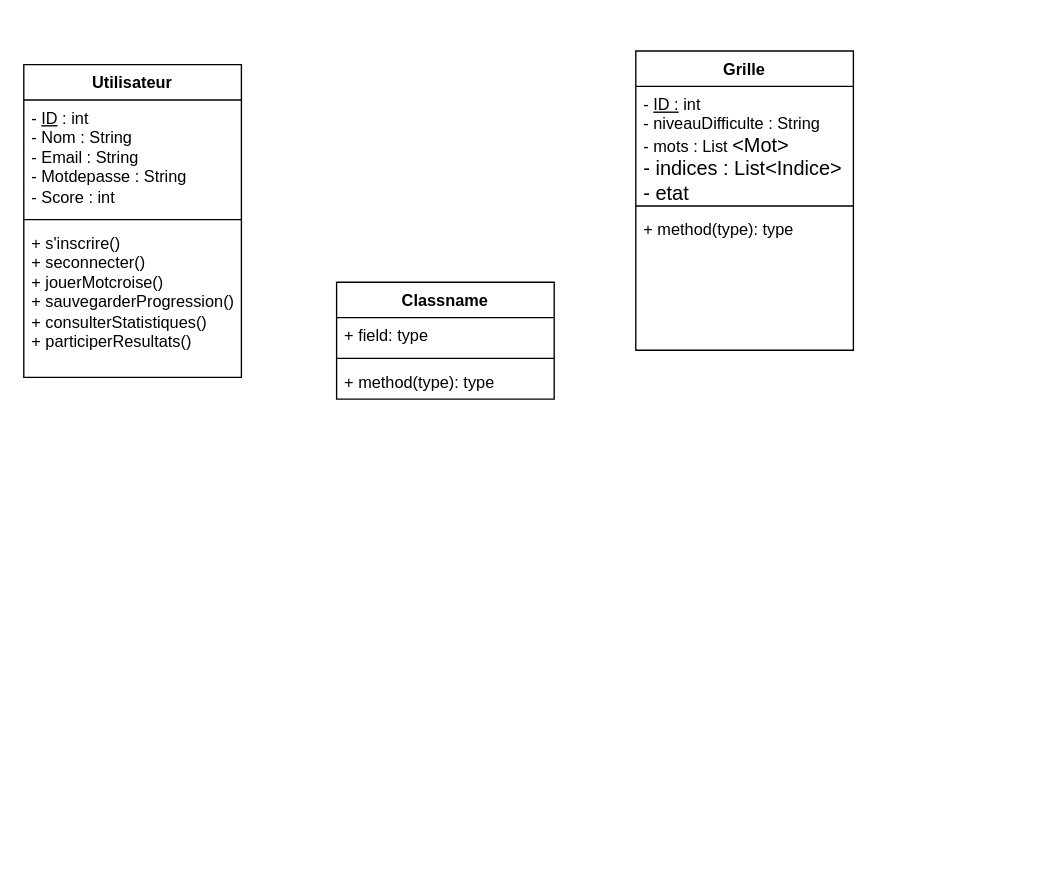
Earlier version of the draw.io diagram Diagramme de classe.drawio (Kimii01/Mot-crois-e-apk). Source tidied: cells renumbered, new cells numbered last; positions are measured from the earlier drawing's top-left corner, leaving out a move shared by most shapes. Both pictures are drawn from the tidied source at 136%, with x=0, y=0 at pixel (23, 50).
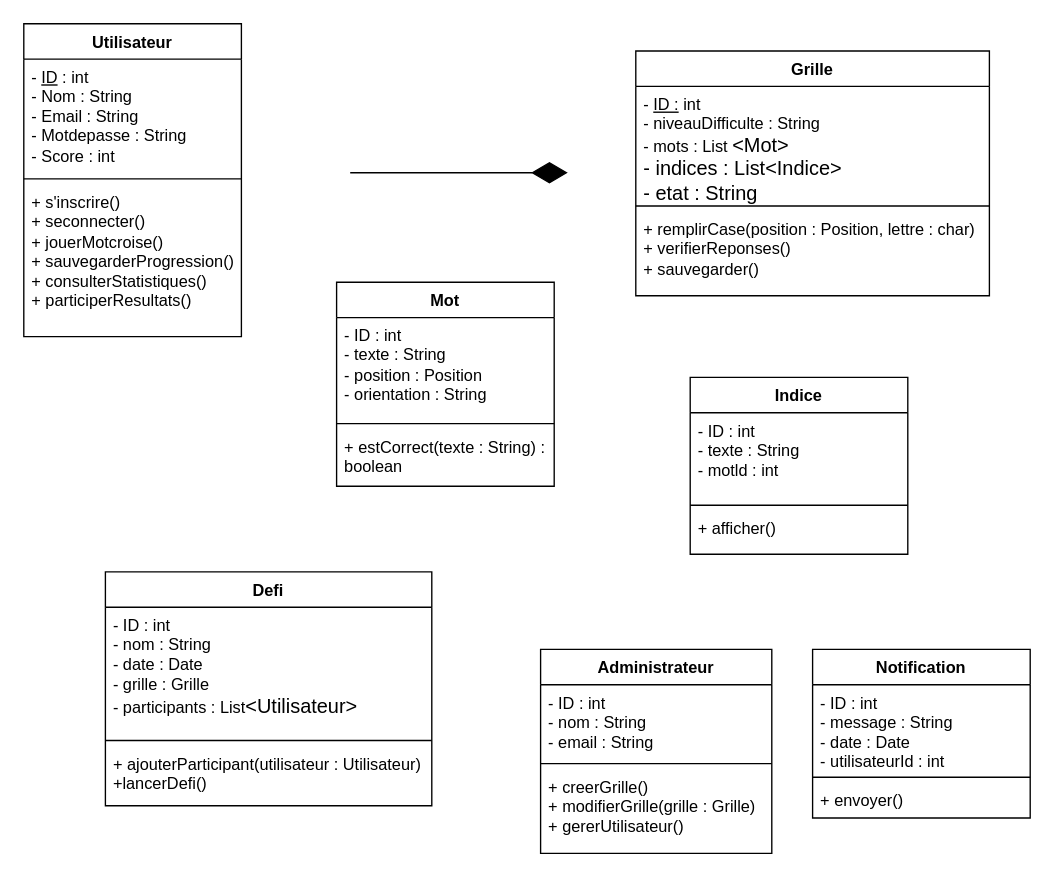
Above is the later version.

Commit message (it also covers changes not shown here):
Mettre à jour Diagramme de classe.drawio

The edit, as a diff of the source:
```diff
@@
     <mxCell id="2" value="Utilisateur" style="swimlane;fontStyle=1;align=center;verticalAlign=top;horizontal=1;startSize=26;whiteSpace=wrap;html=1;" parent="1" vertex="1">
-      <mxGeometry y="10" width="160" height="230" as="geometry" />
+      <mxGeometry y="-20" width="160" height="230" as="geometry" />
     </mxCell>
@@
-    <mxCell id="6" value="Classname" style="swimlane;fontStyle=1;align=center;verticalAlign=top;horizontal=1;startSize=26;whiteSpace=wrap;html=1;" parent="1" vertex="1">
-      <mxGeometry x="230" y="170" width="160" height="86" as="geometry" />
+    <mxCell id="6" value="Mot" style="swimlane;fontStyle=1;align=center;verticalAlign=top;horizontal=1;startSize=26;whiteSpace=wrap;html=1;" parent="1" vertex="1">
+      <mxGeometry x="230" y="170" width="160" height="150" as="geometry" />
     </mxCell>
-    <mxCell id="7" value="+ field: type" style="text;strokeColor=none;fillColor=none;align=left;verticalAlign=top;spacingLeft=4;spacingRight=4;overflow=hidden;whiteSpace=wrap;html=1;" parent="6" vertex="1">
-      <mxGeometry y="26" width="160" height="26" as="geometry" />
+    <mxCell id="7" value="- ID : int&lt;div&gt;- texte : String&lt;/div&gt;&lt;div&gt;- position : Position&lt;/div&gt;&lt;div&gt;- orientation : String&lt;/div&gt;" style="text;strokeColor=none;fillColor=none;align=left;verticalAlign=top;spacingLeft=4;spacingRight=4;overflow=hidden;whiteSpace=wrap;html=1;" parent="6" vertex="1">
+      <mxGeometry y="26" width="160" height="74" as="geometry" />
     </mxCell>
     <mxCell id="8" style="line;strokeWidth=1;fillColor=none;align=left;verticalAlign=middle;spacingTop=-1;spacingLeft=3;spacingRight=3;labelPosition=right;strokeColor=inherit;" parent="6" vertex="1">
-      <mxGeometry y="52" width="160" height="8" as="geometry" />
+      <mxGeometry y="100" width="160" height="8" as="geometry" />
     </mxCell>
-    <mxCell id="9" value="+ method(type): type" style="text;strokeColor=none;fillColor=none;align=left;verticalAlign=top;spacingLeft=4;spacingRight=4;overflow=hidden;whiteSpace=wrap;html=1;" parent="6" vertex="1">
-      <mxGeometry y="60" width="160" height="26" as="geometry" />
+    <mxCell id="9" value="+ estCorrect(texte : String) : boolean" style="text;strokeColor=none;fillColor=none;align=left;verticalAlign=top;spacingLeft=4;spacingRight=4;overflow=hidden;whiteSpace=wrap;html=1;" parent="6" vertex="1">
+      <mxGeometry y="108" width="160" height="42" as="geometry" />
     </mxCell>
     <mxCell id="10" value="Grille" style="swimlane;fontStyle=1;align=center;verticalAlign=top;horizontal=1;startSize=26;whiteSpace=wrap;html=1;" parent="1" vertex="1">
-      <mxGeometry x="450" width="160" height="220" as="geometry" />
+      <mxGeometry x="450" width="260" height="180" as="geometry" />
     </mxCell>
-    <mxCell id="11" value="- &lt;u&gt;ID :&lt;/u&gt;&amp;nbsp;int&lt;div&gt;- niveauDifficulte : String&lt;/div&gt;&lt;div&gt;- mots : List&amp;nbsp;&lt;span style=&quot;font-family: Calibri, sans-serif; font-size: 11pt; background-color: transparent; color: light-dark(rgb(0, 0, 0), rgb(255, 255, 255));&quot;&gt;&amp;lt;Mot&lt;/span&gt;&lt;span style=&quot;font-family: Calibri, sans-serif; font-size: 11pt; background-color: transparent; color: light-dark(rgb(0, 0, 0), rgb(255, 255, 255));&quot;&gt;&amp;gt;&lt;/span&gt;&lt;/div&gt;&lt;div&gt;&lt;span style=&quot;font-family: Calibri, sans-serif; font-size: 11pt; background-color: transparent; color: light-dark(rgb(0, 0, 0), rgb(255, 255, 255));&quot;&gt;- indices : List&lt;/span&gt;&lt;span style=&quot;font-family: Calibri, sans-serif; font-size: 11pt; background-color: transparent; color: light-dark(rgb(0, 0, 0), rgb(255, 255, 255));&quot;&gt;&amp;lt;Indice&lt;/span&gt;&lt;span style=&quot;font-family: Calibri, sans-serif; font-size: 11pt; background-color: transparent; color: light-dark(rgb(0, 0, 0), rgb(255, 255, 255));&quot;&gt;&amp;gt;&lt;/span&gt;&lt;span style=&quot;font-family: Calibri, sans-serif; font-size: 11pt; background-color: transparent; color: light-dark(rgb(0, 0, 0), rgb(255, 255, 255));&quot;&gt;&lt;br&gt;&lt;/span&gt;&lt;/div&gt;&lt;div&gt;&lt;span style=&quot;font-family: Calibri, sans-serif; font-size: 11pt; background-color: transparent; color: light-dark(rgb(0, 0, 0), rgb(255, 255, 255));&quot;&gt;- etat&lt;/span&gt;&lt;/div&gt;" style="text;strokeColor=none;fillColor=none;align=left;verticalAlign=top;spacingLeft=4;spacingRight=4;overflow=hidden;whiteSpace=wrap;html=1;" parent="10" vertex="1">
-      <mxGeometry y="26" width="160" height="84" as="geometry" />
+    <mxCell id="11" value="- &lt;u&gt;ID :&lt;/u&gt;&amp;nbsp;int&lt;div&gt;- niveauDifficulte : String&lt;/div&gt;&lt;div&gt;- mots : List&amp;nbsp;&lt;span style=&quot;font-family: Calibri, sans-serif; font-size: 11pt; background-color: transparent; color: light-dark(rgb(0, 0, 0), rgb(255, 255, 255));&quot;&gt;&amp;lt;Mot&lt;/span&gt;&lt;span style=&quot;font-family: Calibri, sans-serif; font-size: 11pt; background-color: transparent; color: light-dark(rgb(0, 0, 0), rgb(255, 255, 255));&quot;&gt;&amp;gt;&lt;/span&gt;&lt;/div&gt;&lt;div&gt;&lt;span style=&quot;font-family: Calibri, sans-serif; font-size: 11pt; background-color: transparent; color: light-dark(rgb(0, 0, 0), rgb(255, 255, 255));&quot;&gt;- indices : List&lt;/span&gt;&lt;span style=&quot;font-family: Calibri, sans-serif; font-size: 11pt; background-color: transparent; color: light-dark(rgb(0, 0, 0), rgb(255, 255, 255));&quot;&gt;&amp;lt;Indice&lt;/span&gt;&lt;span style=&quot;font-family: Calibri, sans-serif; font-size: 11pt; background-color: transparent; color: light-dark(rgb(0, 0, 0), rgb(255, 255, 255));&quot;&gt;&amp;gt;&lt;/span&gt;&lt;span style=&quot;font-family: Calibri, sans-serif; font-size: 11pt; background-color: transparent; color: light-dark(rgb(0, 0, 0), rgb(255, 255, 255));&quot;&gt;&lt;br&gt;&lt;/span&gt;&lt;/div&gt;&lt;div&gt;&lt;span style=&quot;font-family: Calibri, sans-serif; font-size: 11pt; background-color: transparent; color: light-dark(rgb(0, 0, 0), rgb(255, 255, 255));&quot;&gt;- etat : String&lt;/span&gt;&lt;/div&gt;" style="text;strokeColor=none;fillColor=none;align=left;verticalAlign=top;spacingLeft=4;spacingRight=4;overflow=hidden;whiteSpace=wrap;html=1;" parent="10" vertex="1">
+      <mxGeometry y="26" width="260" height="84" as="geometry" />
     </mxCell>
     <mxCell id="12" style="line;strokeWidth=1;fillColor=none;align=left;verticalAlign=middle;spacingTop=-1;spacingLeft=3;spacingRight=3;labelPosition=right;strokeColor=inherit;" parent="10" vertex="1">
-      <mxGeometry y="110" width="160" height="8" as="geometry" />
+      <mxGeometry y="110" width="260" height="8" as="geometry" />
     </mxCell>
-    <mxCell id="13" value="+ method(type): type" style="text;strokeColor=none;fillColor=none;align=left;verticalAlign=top;spacingLeft=4;spacingRight=4;overflow=hidden;whiteSpace=wrap;html=1;" parent="10" vertex="1">
-      <mxGeometry y="118" width="160" height="102" as="geometry" />
+    <mxCell id="13" value="+ remplirCase(position : Position, lettre : char)&lt;div&gt;+ verifierReponses()&lt;/div&gt;&lt;div&gt;+ sauvegarder()&lt;/div&gt;" style="text;strokeColor=none;fillColor=none;align=left;verticalAlign=top;spacingLeft=4;spacingRight=4;overflow=hidden;whiteSpace=wrap;html=1;" parent="10" vertex="1">
+      <mxGeometry y="118" width="260" height="62" as="geometry" />
     </mxCell>
+    <mxCell id="14" value="Indice" style="swimlane;fontStyle=1;align=center;verticalAlign=top;horizontal=1;startSize=26;whiteSpace=wrap;html=1;" parent="1" vertex="1">
+      <mxGeometry x="490" y="240" width="160" height="130" as="geometry" />
+    </mxCell>
+    <mxCell id="15" value="- ID : int&lt;div&gt;- texte : String&lt;/div&gt;&lt;div&gt;- motld : int&lt;/div&gt;" style="text;strokeColor=none;fillColor=none;align=left;verticalAlign=top;spacingLeft=4;spacingRight=4;overflow=hidden;whiteSpace=wrap;html=1;" parent="14" vertex="1">
+      <mxGeometry y="26" width="160" height="64" as="geometry" />
+    </mxCell>
+    <mxCell id="16" style="line;strokeWidth=1;fillColor=none;align=left;verticalAlign=middle;spacingTop=-1;spacingLeft=3;spacingRight=3;labelPosition=right;strokeColor=inherit;" parent="14" vertex="1">
+      <mxGeometry y="90" width="160" height="8" as="geometry" />
+    </mxCell>
+    <mxCell id="17" value="+ afficher()" style="text;strokeColor=none;fillColor=none;align=left;verticalAlign=top;spacingLeft=4;spacingRight=4;overflow=hidden;whiteSpace=wrap;html=1;" parent="14" vertex="1">
+      <mxGeometry y="98" width="160" height="32" as="geometry" />
+    </mxCell>
+    <mxCell id="18" value="Defi" style="swimlane;fontStyle=1;align=center;verticalAlign=top;horizontal=1;startSize=26;whiteSpace=wrap;html=1;" parent="1" vertex="1">
+      <mxGeometry x="60" y="383" width="240" height="172" as="geometry" />
+    </mxCell>
+    <mxCell id="19" value="- ID : int&lt;div&gt;- nom : String&lt;/div&gt;&lt;div&gt;- date : Date&lt;/div&gt;&lt;div&gt;- grille : Grille&lt;/div&gt;&lt;div&gt;- participants : List&lt;span style=&quot;font-family: Calibri, sans-serif; font-size: 11pt; background-color: transparent; color: light-dark(rgb(0, 0, 0), rgb(255, 255, 255));&quot;&gt;&amp;lt;Utilisateur&lt;/span&gt;&lt;span style=&quot;font-family: Calibri, sans-serif; font-size: 11pt; background-color: transparent; color: light-dark(rgb(0, 0, 0), rgb(255, 255, 255));&quot;&gt;&amp;gt;&lt;/span&gt;&lt;span style=&quot;background-color: transparent; color: light-dark(rgb(0, 0, 0), rgb(255, 255, 255));&quot;&gt;&amp;nbsp;&lt;/span&gt;&lt;/div&gt;" style="text;strokeColor=none;fillColor=none;align=left;verticalAlign=top;spacingLeft=4;spacingRight=4;overflow=hidden;whiteSpace=wrap;html=1;" parent="18" vertex="1">
+      <mxGeometry y="26" width="240" height="94" as="geometry" />
+    </mxCell>
+    <mxCell id="20" style="line;strokeWidth=1;fillColor=none;align=left;verticalAlign=middle;spacingTop=-1;spacingLeft=3;spacingRight=3;labelPosition=right;strokeColor=inherit;" parent="18" vertex="1">
+      <mxGeometry y="120" width="240" height="8" as="geometry" />
+    </mxCell>
+    <mxCell id="21" value="+ ajouterParticipant(utilisateur : Utilisateur)&lt;div&gt;+lancerDefi()&lt;/div&gt;" style="text;strokeColor=none;fillColor=none;align=left;verticalAlign=top;spacingLeft=4;spacingRight=4;overflow=hidden;whiteSpace=wrap;html=1;" parent="18" vertex="1">
+      <mxGeometry y="128" width="240" height="44" as="geometry" />
+    </mxCell>
+    <mxCell id="22" value="Administrateur" style="swimlane;fontStyle=1;align=center;verticalAlign=top;horizontal=1;startSize=26;whiteSpace=wrap;html=1;" parent="1" vertex="1">
+      <mxGeometry x="380" y="440" width="170" height="150" as="geometry" />
+    </mxCell>
+    <mxCell id="23" value="- ID : int&lt;div&gt;- nom : String&lt;/div&gt;&lt;div&gt;- email : String&lt;/div&gt;" style="text;strokeColor=none;fillColor=none;align=left;verticalAlign=top;spacingLeft=4;spacingRight=4;overflow=hidden;whiteSpace=wrap;html=1;" parent="22" vertex="1">
+      <mxGeometry y="26" width="170" height="54" as="geometry" />
+    </mxCell>
+    <mxCell id="24" style="line;strokeWidth=1;fillColor=none;align=left;verticalAlign=middle;spacingTop=-1;spacingLeft=3;spacingRight=3;labelPosition=right;strokeColor=inherit;" parent="22" vertex="1">
+      <mxGeometry y="80" width="170" height="8" as="geometry" />
+    </mxCell>
+    <mxCell id="25" value="+ creerGrille()&lt;div&gt;+ modifierGrille(grille : Grille)&lt;/div&gt;&lt;div&gt;+ gererUtilisateur()&lt;/div&gt;" style="text;strokeColor=none;fillColor=none;align=left;verticalAlign=top;spacingLeft=4;spacingRight=4;overflow=hidden;whiteSpace=wrap;html=1;" parent="22" vertex="1">
+      <mxGeometry y="88" width="170" height="62" as="geometry" />
+    </mxCell>
+    <mxCell id="26" value="Notification" style="swimlane;fontStyle=1;align=center;verticalAlign=top;horizontal=1;startSize=26;whiteSpace=wrap;html=1;" parent="1" vertex="1">
+      <mxGeometry x="580" y="440" width="160" height="124" as="geometry" />
+    </mxCell>
+    <mxCell id="27" value="- ID : int&lt;div&gt;- message : String&lt;/div&gt;&lt;div&gt;- date : Date&lt;/div&gt;&lt;div&gt;- utilisateurId : int&lt;/div&gt;" style="text;strokeColor=none;fillColor=none;align=left;verticalAlign=top;spacingLeft=4;spacingRight=4;overflow=hidden;whiteSpace=wrap;html=1;" parent="26" vertex="1">
+      <mxGeometry y="26" width="160" height="64" as="geometry" />
+    </mxCell>
+    <mxCell id="28" style="line;strokeWidth=1;fillColor=none;align=left;verticalAlign=middle;spacingTop=-1;spacingLeft=3;spacingRight=3;labelPosition=right;strokeColor=inherit;" parent="26" vertex="1">
+      <mxGeometry y="90" width="160" height="8" as="geometry" />
+    </mxCell>
+    <mxCell id="29" value="+ envoyer()" style="text;strokeColor=none;fillColor=none;align=left;verticalAlign=top;spacingLeft=4;spacingRight=4;overflow=hidden;whiteSpace=wrap;html=1;" parent="26" vertex="1">
+      <mxGeometry y="98" width="160" height="26" as="geometry" />
+    </mxCell>
+    <mxCell id="30" style="endArrow=diamondThin;endFill=1;endSize=24;html=1;rounded=0;" parent="1" edge="1">
+      <mxGeometry relative="1" as="geometry">
+        <mxPoint x="240" y="89.5" as="sourcePoint" />
+        <mxPoint x="400" y="89.5" as="targetPoint" />
+      </mxGeometry>
+    </mxCell>
```
